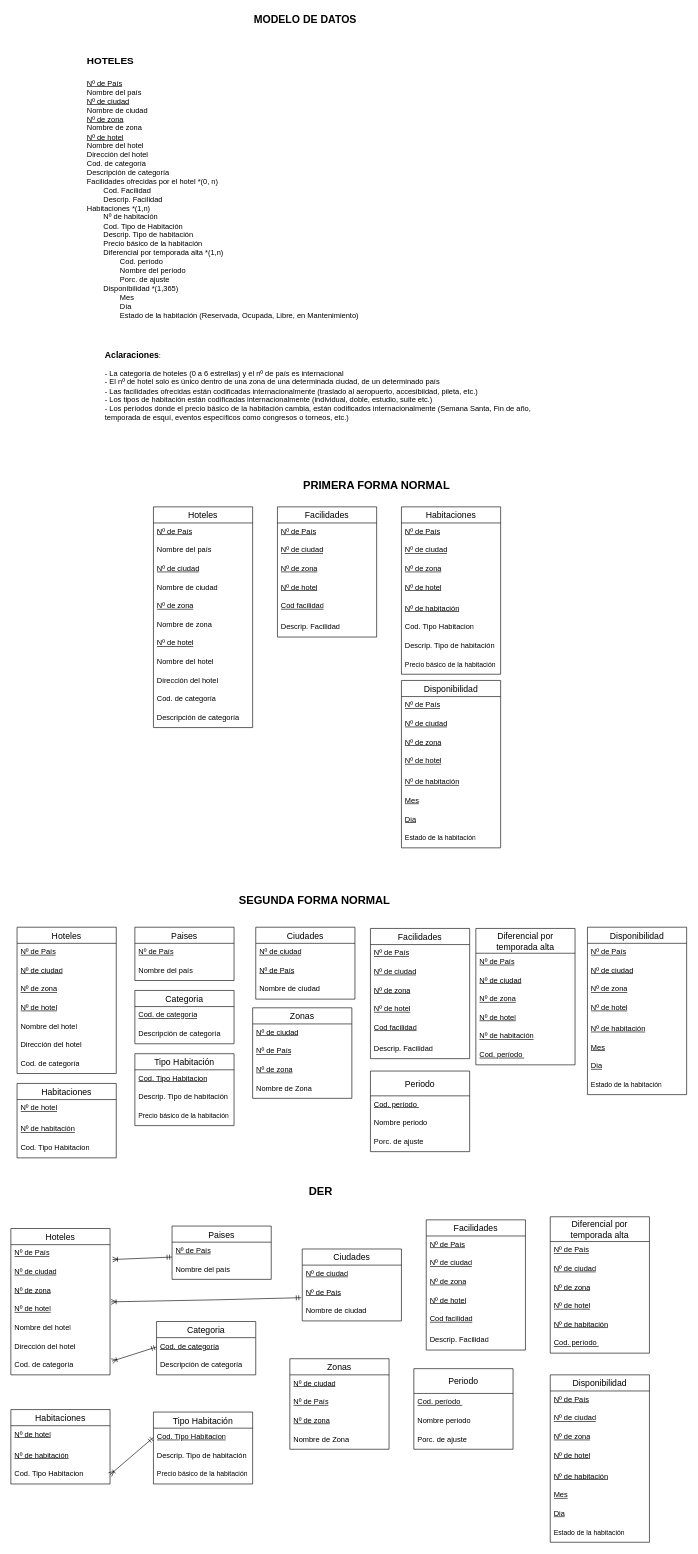
Before: Diagrama-Entidad-Relacion.drawio in FrancoSimonFormia/TP-Hoteles-DABD-Grupo11, a draw.io diagram. Source tidied: cells renumbered, new cells numbered last; positions are measured from the earlier drawing's top-left corner, leaving out a move shared by most shapes. Both pictures are drawn from the tidied source at 62%, with x=0, y=0 at pixel (11, 11).
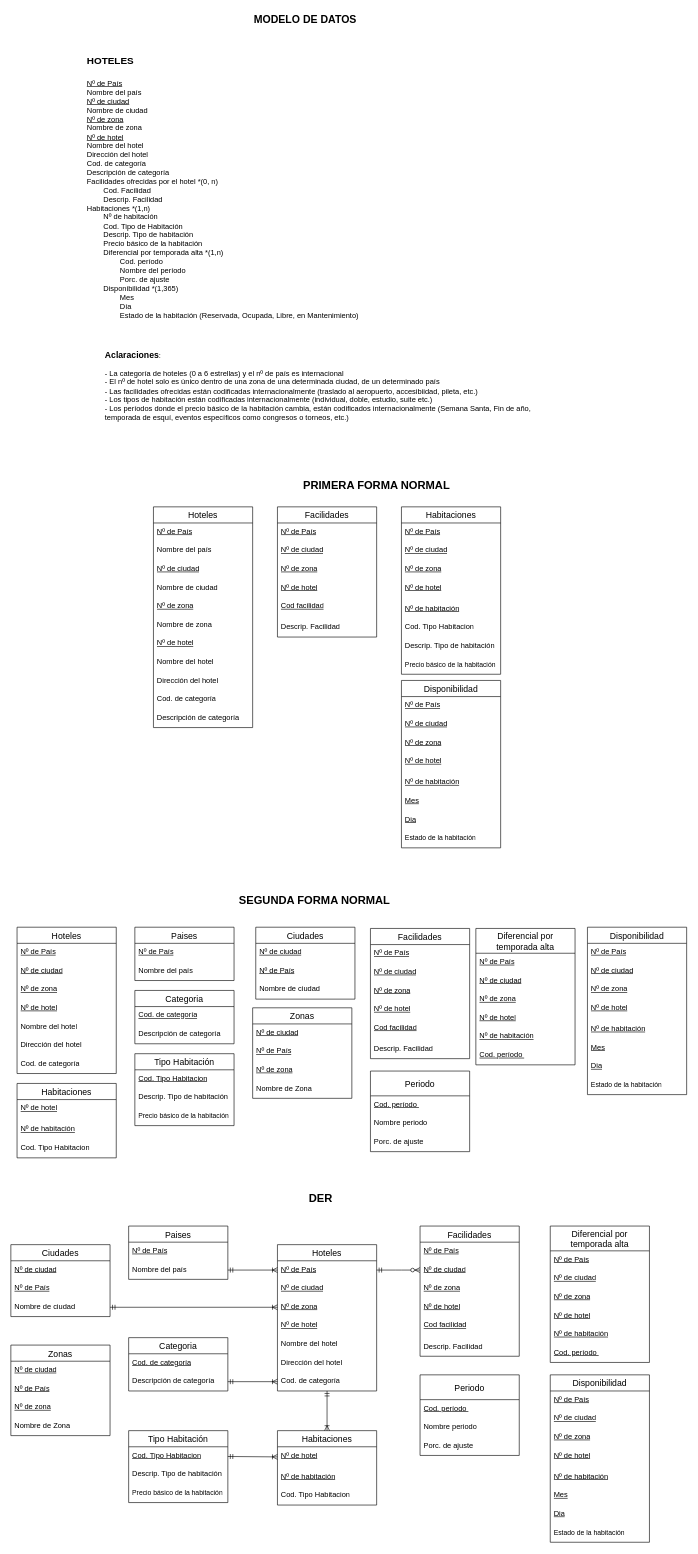
After the change.

Commit message:
+ Relaciones Hoteles - Facilidades y Hoteles - Habitaciones

The change refers to these unchanged cells:
```xml
<mxCell id="104" value="&lt;u&gt;Nº de País&lt;/u&gt;&lt;div&gt;&lt;br&gt;&lt;/div&gt;" style="text;strokeColor=none;fillColor=none;spacingLeft=4;spacingRight=4;overflow=hidden;points=[[0,0.5],[1,0.5]];portConstraint=eastwest;fontSize=12;whiteSpace=wrap;html=1;" parent="103" vertex="1">
  <mxGeometry y="26" width="160" height="30" as="geometry" />
</mxCell>
<mxCell id="106" value="&lt;u&gt;Nº de zona&lt;/u&gt;&lt;div&gt;&lt;br&gt;&lt;/div&gt;" style="text;strokeColor=none;fillColor=none;spacingLeft=4;spacingRight=4;overflow=hidden;points=[[0,0.5],[1,0.5]];portConstraint=eastwest;fontSize=12;whiteSpace=wrap;html=1;" parent="103" vertex="1">
  <mxGeometry y="86" width="160" height="30" as="geometry" />
</mxCell>
<mxCell id="107" value="&lt;u&gt;Nº de hotel&lt;/u&gt;&lt;div&gt;&lt;br&gt;&lt;/div&gt;" style="text;strokeColor=none;fillColor=none;spacingLeft=4;spacingRight=4;overflow=hidden;points=[[0,0.5],[1,0.5]];portConstraint=eastwest;fontSize=12;whiteSpace=wrap;html=1;" parent="103" vertex="1">
  <mxGeometry y="116" width="160" height="30" as="geometry" />
</mxCell>
<mxCell id="110" value="Cod. de categoría&lt;div&gt;&lt;br/&gt;&lt;/div&gt;" style="text;strokeColor=none;fillColor=none;spacingLeft=4;spacingRight=4;overflow=hidden;points=[[0,0.5],[1,0.5]];portConstraint=eastwest;fontSize=12;whiteSpace=wrap;html=1;" parent="103" vertex="1">
  <mxGeometry y="206" width="160" height="30" as="geometry" />
</mxCell>
<mxCell id="112" value="Nº de hotel&lt;div&gt;&lt;br&gt;&lt;/div&gt;" style="text;strokeColor=none;fillColor=none;spacingLeft=4;spacingRight=4;overflow=hidden;points=[[0,0.5],[1,0.5]];portConstraint=eastwest;fontSize=12;whiteSpace=wrap;html=1;fontStyle=4;" parent="111" vertex="1">
  <mxGeometry y="26" width="160" height="34" as="geometry" />
</mxCell>
<mxCell id="114" value="Cod. Tipo Habitacion" style="text;strokeColor=none;fillColor=none;spacingLeft=4;spacingRight=4;overflow=hidden;points=[[0,0.5],[1,0.5]];portConstraint=eastwest;fontSize=12;whiteSpace=wrap;html=1;" parent="111" vertex="1">
  <mxGeometry y="90" width="160" height="30" as="geometry" />
</mxCell>
<mxCell id="117" value="Nombre del país" style="text;strokeColor=none;fillColor=none;spacingLeft=4;spacingRight=4;overflow=hidden;points=[[0,0.5],[1,0.5]];portConstraint=eastwest;fontSize=12;whiteSpace=wrap;html=1;" parent="115" vertex="1">
  <mxGeometry y="56" width="160" height="30" as="geometry" />
</mxCell>
<mxCell id="119" value="Cod. de categoría&lt;div&gt;&lt;br&gt;&lt;/div&gt;" style="text;strokeColor=none;fillColor=none;spacingLeft=4;spacingRight=4;overflow=hidden;points=[[0,0.5],[1,0.5]];portConstraint=eastwest;fontSize=12;whiteSpace=wrap;html=1;fontStyle=4;" parent="118" vertex="1">
  <mxGeometry y="26" width="160" height="30" as="geometry" />
</mxCell>
<mxCell id="120" value="Descripción de categoría&lt;div&gt;&lt;br/&gt;&lt;/div&gt;" style="text;strokeColor=none;fillColor=none;spacingLeft=4;spacingRight=4;overflow=hidden;points=[[0,0.5],[1,0.5]];portConstraint=eastwest;fontSize=12;whiteSpace=wrap;html=1;" parent="118" vertex="1">
  <mxGeometry y="56" width="160" height="30" as="geometry" />
</mxCell>
<mxCell id="122" value="&lt;u&gt;Cod. Tipo Habitacion&lt;/u&gt;" style="text;strokeColor=none;fillColor=none;spacingLeft=4;spacingRight=4;overflow=hidden;points=[[0,0.5],[1,0.5]];portConstraint=eastwest;fontSize=12;whiteSpace=wrap;html=1;" parent="121" vertex="1">
  <mxGeometry y="26" width="160" height="30" as="geometry" />
</mxCell>
<mxCell id="127" value="&lt;u&gt;Nº de País&lt;/u&gt;" style="text;strokeColor=none;fillColor=none;spacingLeft=4;spacingRight=4;overflow=hidden;points=[[0,0.5],[1,0.5]];portConstraint=eastwest;fontSize=12;whiteSpace=wrap;html=1;" parent="125" vertex="1">
  <mxGeometry y="56" width="160" height="30" as="geometry" />
</mxCell>
<mxCell id="128" value="Nombre de ciudad&lt;div&gt;&lt;br&gt;&lt;/div&gt;" style="text;strokeColor=none;fillColor=none;spacingLeft=4;spacingRight=4;overflow=hidden;points=[[0,0.5],[1,0.5]];portConstraint=eastwest;fontSize=12;whiteSpace=wrap;html=1;" parent="125" vertex="1">
  <mxGeometry y="86" width="160" height="30" as="geometry" />
</mxCell>
<mxCell id="136" value="&lt;u&gt;Nº de ciudad&lt;/u&gt;&lt;div&gt;&lt;br&gt;&lt;/div&gt;" style="text;strokeColor=none;fillColor=none;spacingLeft=4;spacingRight=4;overflow=hidden;points=[[0,0.5],[1,0.5]];portConstraint=eastwest;fontSize=12;whiteSpace=wrap;html=1;" parent="134" vertex="1">
  <mxGeometry y="56" width="160" height="30" as="geometry" />
</mxCell>
```

What changed in the source:
```diff
@@
     <mxCell id="102" value="&lt;span style=&quot;font-size: 18px;&quot;&gt;&lt;b&gt;DER&lt;/b&gt;&lt;/span&gt;" style="text;html=1;align=center;verticalAlign=middle;whiteSpace=wrap;rounded=0;" parent="1" vertex="1">
-      <mxGeometry x="360" y="1890" width="280" height="30" as="geometry" />
+      <mxGeometry x="360" y="1900" width="280" height="30" as="geometry" />
     </mxCell>
     <mxCell id="103" value="Hoteles" style="swimlane;fontStyle=0;horizontal=1;startSize=26;align=center;fontSize=14;" parent="1" vertex="1">
-      <mxGeometry y="1964" width="160" height="236" as="geometry" />
+      <mxGeometry x="430" y="1990" width="160" height="236" as="geometry" />
     </mxCell>
@@
     <mxCell id="111" value="Habitaciones" style="swimlane;fontStyle=0;horizontal=1;startSize=26;align=center;fontSize=14;" parent="1" vertex="1">
-      <mxGeometry y="2256" width="160" height="120" as="geometry" />
+      <mxGeometry x="430" y="2290" width="160" height="120" as="geometry" />
     </mxCell>
@@
     <mxCell id="115" value="Paises" style="swimlane;fontStyle=0;horizontal=1;startSize=26;align=center;fontSize=14;" parent="1" vertex="1">
-      <mxGeometry x="260" y="1960" width="160" height="86" as="geometry" />
+      <mxGeometry x="190" y="1960" width="160" height="86" as="geometry" />
     </mxCell>
@@
     <mxCell id="118" value="Categoria" style="swimlane;fontStyle=0;horizontal=1;startSize=26;align=center;fontSize=14;" parent="1" vertex="1">
-      <mxGeometry x="235" y="2114" width="160" height="86" as="geometry" />
+      <mxGeometry x="190" y="2140" width="160" height="86" as="geometry" />
     </mxCell>
@@
     <mxCell id="121" value="Tipo Habitación" style="swimlane;fontStyle=0;horizontal=1;startSize=26;align=center;fontSize=14;" parent="1" vertex="1">
-      <mxGeometry x="230" y="2260" width="160" height="116" as="geometry" />
+      <mxGeometry x="190" y="2290" width="160" height="116" as="geometry" />
     </mxCell>
@@
     <mxCell id="125" value="Ciudades" style="swimlane;fontStyle=0;horizontal=1;startSize=26;align=center;fontSize=14;" parent="1" vertex="1">
-      <mxGeometry x="470" y="1997" width="160" height="116" as="geometry" />
+      <mxGeometry y="1990" width="160" height="116" as="geometry" />
     </mxCell>
@@
     <mxCell id="129" value="Zonas" style="swimlane;fontStyle=0;horizontal=1;startSize=26;align=center;fontSize=14;" parent="1" vertex="1">
-      <mxGeometry x="450" y="2174" width="160" height="146" as="geometry" />
+      <mxGeometry y="2152" width="160" height="146" as="geometry" />
     </mxCell>
@@
     <mxCell id="134" value="Facilidades" style="swimlane;fontStyle=0;horizontal=1;startSize=26;align=center;fontSize=14;" parent="1" vertex="1">
-      <mxGeometry x="670" y="1950" width="160" height="210" as="geometry" />
+      <mxGeometry x="660" y="1960" width="160" height="210" as="geometry" />
     </mxCell>
@@
     <mxCell id="141" value="Periodo" style="swimlane;fontStyle=0;horizontal=1;startSize=40;align=center;fontSize=14;" parent="1" vertex="1">
-      <mxGeometry x="650" y="2190" width="160" height="130" as="geometry" />
+      <mxGeometry x="660" y="2200" width="160" height="130" as="geometry" />
     </mxCell>
@@
     <mxCell id="145" value="Diferencial por&#10;temporada alta" style="swimlane;fontStyle=0;horizontal=1;startSize=40;align=center;fontSize=14;" parent="1" vertex="1">
-      <mxGeometry x="870" y="1945" width="160" height="220" as="geometry" />
+      <mxGeometry x="870" y="1960" width="160" height="220" as="geometry" />
     </mxCell>
@@
-    <mxCell id="161" style="fontSize=12;html=1;endArrow=ERoneToMany;startArrow=ERmandOne;rounded=0;exitX=0;exitY=0.5;exitDx=0;exitDy=0;entryX=1.019;entryY=0.267;entryDx=0;entryDy=0;entryPerimeter=0;" parent="1" edge="1" source="119" target="110">
-      <mxGeometry relative="1" as="geometry" />
-    </mxCell>
-    <mxCell id="162" style="fontSize=12;html=1;endArrow=ERoneToMany;startArrow=ERmandOne;rounded=0;entryX=1.025;entryY=0.8;entryDx=0;entryDy=0;entryPerimeter=0;" parent="1" edge="1" target="104">
-      <mxGeometry relative="1" as="geometry">
-        <mxPoint x="260" y="2010" as="sourcePoint" />
-      </mxGeometry>
+    <mxCell id="162" style="fontSize=12;html=1;endArrow=ERoneToMany;startArrow=ERmandOne;rounded=0;" parent="1" edge="1" source="117" target="104">
+      <mxGeometry relative="1" as="geometry" />
     </mxCell>
-    <mxCell id="163" style="fontSize=12;html=1;endArrow=ERoneToMany;startArrow=ERmandOne;rounded=0;exitX=0;exitY=0.5;exitDx=0;exitDy=0;entryX=1;entryY=0.5;entryDx=0;entryDy=0;" parent="1" edge="1" source="122" target="114">
+    <mxCell id="163" style="fontSize=12;html=1;endArrow=ERoneToMany;startArrow=ERmandOne;rounded=0;" parent="1" edge="1" source="122" target="112">
       <mxGeometry relative="1" as="geometry" />
     </mxCell>
-    <mxCell id="164" style="fontSize=12;html=1;endArrow=ERoneToMany;startArrow=ERmandOne;rounded=0;exitX=-0.01;exitY=0.752;exitDx=0;exitDy=0;exitPerimeter=0;entryX=1.011;entryY=0.075;entryDx=0;entryDy=0;entryPerimeter=0;" parent="1" edge="1" source="127" target="107">
-      <mxGeometry relative="1" as="geometry">
-        <Array as="points">
-          <mxPoint x="330" y="2079" />
-        </Array>
-      </mxGeometry>
+    <mxCell id="164" style="fontSize=12;html=1;endArrow=ERoneToMany;startArrow=ERmandOne;rounded=0;" parent="1" edge="1" source="128" target="106">
+      <mxGeometry relative="1" as="geometry" />
     </mxCell>
+    <mxCell id="161" style="fontSize=12;html=1;endArrow=ERoneToMany;startArrow=ERmandOne;rounded=0;" parent="1" edge="1" source="120" target="110">
+      <mxGeometry relative="1" as="geometry" />
+    </mxCell>
+    <mxCell id="165" style="edgeStyle=entityRelationEdgeStyle;fontSize=12;html=1;endArrow=ERzeroToMany;startArrow=ERmandOne;rounded=0;exitX=1;exitY=0.5;exitDx=0;exitDy=0;entryX=0;entryY=0.5;entryDx=0;entryDy=0;fillColor=none;strokeColor=default;shadow=0;" parent="1" edge="1" source="104" target="136">
+      <mxGeometry relative="1" as="geometry" />
+    </mxCell>
+    <mxCell id="166" style="fontSize=12;html=1;endArrow=ERoneToMany;startArrow=ERmandOne;rounded=0;" parent="1" edge="1" source="110" target="111">
+      <mxGeometry relative="1" as="geometry" />
+    </mxCell>
```
